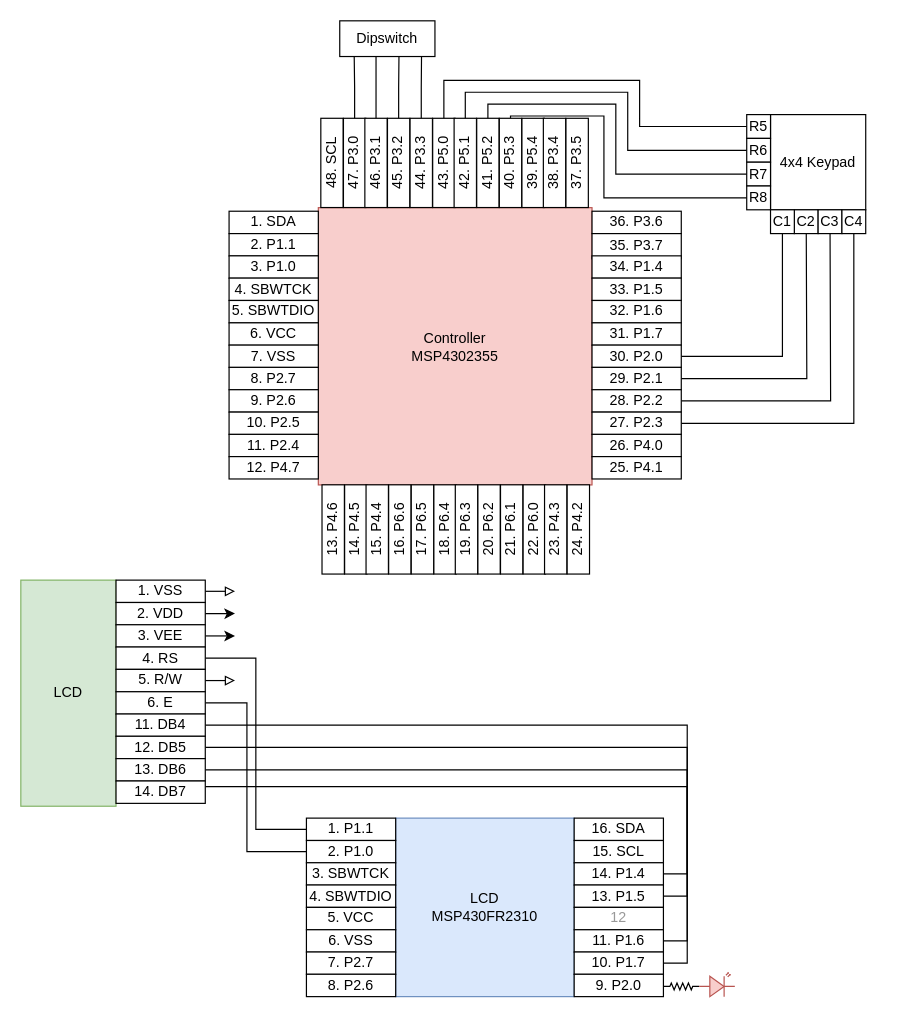
Before: page "circuit_diagram" (3 of 3) of docs/assets/final_project_concept.drawio in msu-eele-465/final-project-rlm2002, a draw.io diagram. Source tidied: cells renumbered, new cells numbered last; positions are measured from the earlier drawing's top-left corner, leaving out a move shared by most shapes. Both pictures are drawn from the tidied source at 119%, with x=0, y=0 at pixel (20, 20).
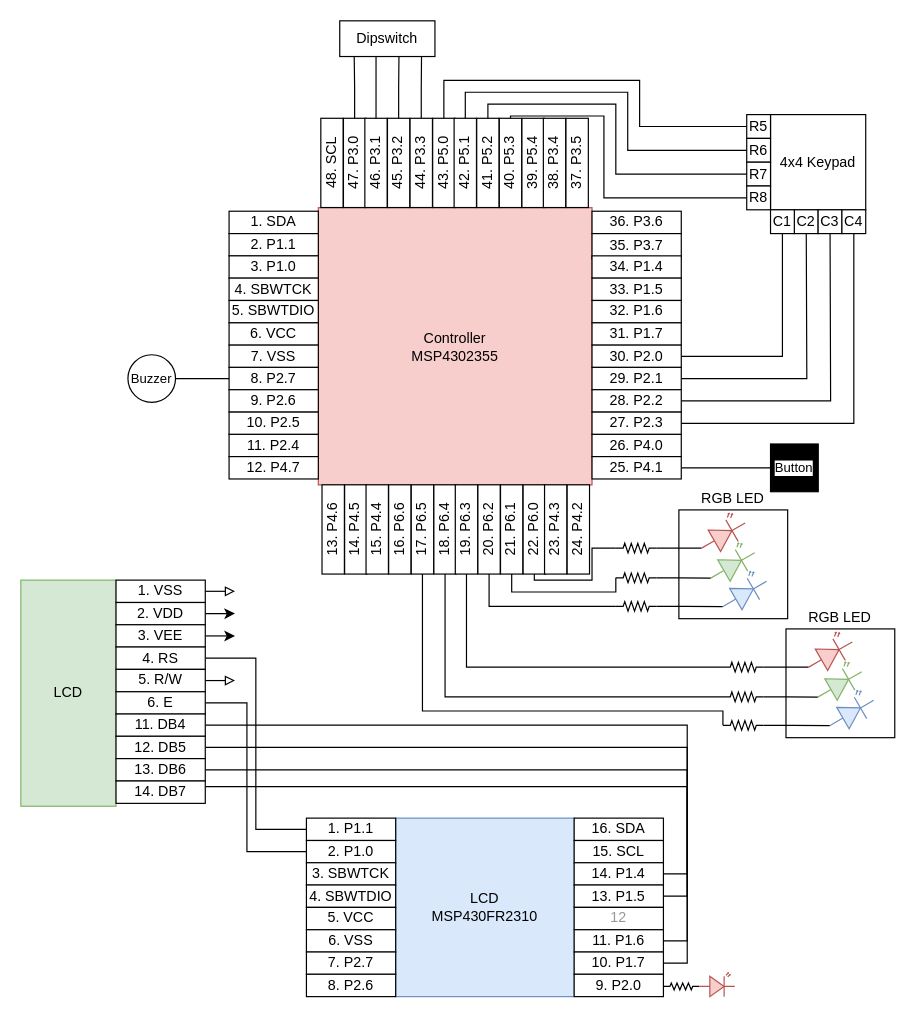
The same diagram, later.

Commit message (it also covers changes not shown here):
update circuit diagram

Unchanged cells that the change refers to:
```xml
<mxCell id="62" value="17. P6.5" style="rounded=0;whiteSpace=wrap;html=1;rotation=-90;" parent="57" vertex="1">
  <mxGeometry x="-28" y="103" width="75" height="18.8" as="geometry" />
</mxCell>
<mxCell id="63" value="18. P6.4" style="rounded=0;whiteSpace=wrap;html=1;rotation=-90;" parent="57" vertex="1">
  <mxGeometry x="-9" y="103" width="75" height="18.8" as="geometry" />
</mxCell>
<mxCell id="64" value="19. P6.3" style="rounded=0;whiteSpace=wrap;html=1;rotation=-90;" parent="57" vertex="1">
  <mxGeometry x="9" y="103" width="75" height="18.8" as="geometry" />
</mxCell>
<mxCell id="65" value="20. P6.2" style="rounded=0;whiteSpace=wrap;html=1;rotation=-90;" parent="57" vertex="1">
  <mxGeometry x="28" y="103" width="75" height="18.8" as="geometry" />
</mxCell>
<mxCell id="66" value="21. P6.1" style="rounded=0;whiteSpace=wrap;html=1;rotation=-90;" parent="57" vertex="1">
  <mxGeometry x="47" y="103" width="75" height="18.8" as="geometry" />
</mxCell>
<mxCell id="67" value="22. P6.0" style="rounded=0;whiteSpace=wrap;html=1;rotation=-90;" parent="57" vertex="1">
  <mxGeometry x="66" y="103" width="75" height="18.8" as="geometry" />
</mxCell>
<mxCell id="85" value="25. P4.1" style="rounded=0;whiteSpace=wrap;html=1;" parent="1" vertex="1">
  <mxGeometry x="480" y="366.2" width="75" height="18.8" as="geometry" />
</mxCell>
```

The edit, as a diff of the source:
```diff
@@
+    <mxCell id="118" style="edgeStyle=orthogonalEdgeStyle;shape=connector;rounded=0;jettySize=auto;html=1;exitX=1;exitY=0.5;exitDx=0;exitDy=0;entryX=0;entryY=0.5;entryDx=0;entryDy=0;strokeColor=default;align=center;verticalAlign=middle;fontFamily=Helvetica;fontSize=11;fontColor=default;labelBackgroundColor=default;startFill=0;endArrow=none;" parent="1" edge="1" source="85" target="119">
+      <mxGeometry relative="1" as="geometry" />
+    </mxCell>
@@
+    <mxCell id="119" value="&lt;font style=&quot;color: rgb(0, 0, 0);&quot;&gt;Button&lt;/font&gt;" style="whiteSpace=wrap;html=1;fontFamily=Helvetica;fontSize=11;fontColor=default;labelBackgroundColor=default;fillColor=#000000;" parent="1" vertex="1">
+      <mxGeometry x="630" y="355.6" width="40.1" height="40.1" as="geometry" />
+    </mxCell>
+    <mxCell id="120" style="edgeStyle=orthogonalEdgeStyle;shape=connector;rounded=0;jettySize=auto;html=1;strokeColor=default;align=center;verticalAlign=middle;fontFamily=Helvetica;fontSize=11;fontColor=default;labelBackgroundColor=default;startFill=0;endArrow=none;" parent="1" edge="1" source="121">
+      <mxGeometry relative="1" as="geometry">
+        <mxPoint x="175" y="300.6" as="targetPoint" />
+      </mxGeometry>
+    </mxCell>
+    <mxCell id="121" value="Buzzer" style="ellipse;whiteSpace=wrap;html=1;fontFamily=Helvetica;fontSize=11;fontColor=default;labelBackgroundColor=default;" parent="1" vertex="1">
+      <mxGeometry x="90" y="280.6" width="40" height="40" as="geometry" />
+    </mxCell>
+    <mxCell id="122" style="group;rotation=0;" parent="1" vertex="1">
+      <mxGeometry x="500" y="410" width="144" height="92" as="geometry" />
+    </mxCell>
+    <mxCell id="123" value="RGB LED" style="whiteSpace=wrap;html=1;labelPosition=center;verticalLabelPosition=top;align=center;verticalAlign=bottom;rotation=0;" parent="122" vertex="1">
+      <mxGeometry x="53" y="1" width="91.4" height="91.4" as="geometry" />
+    </mxCell>
+    <mxCell id="124" style="verticalLabelPosition=bottom;shadow=0;dashed=0;align=center;html=1;verticalAlign=top;shape=mxgraph.electrical.opto_electronics.led_2;rotation=-30;fillColor=#f8cecc;strokeColor=#b85450;" parent="122" vertex="1">
+      <mxGeometry x="68" y="9" width="42.7" height="24.3" as="geometry" />
+    </mxCell>
+    <mxCell id="125" style="verticalLabelPosition=bottom;shadow=0;dashed=0;align=center;html=1;verticalAlign=top;shape=mxgraph.electrical.opto_electronics.led_2;rotation=-30;fillColor=#d5e8d4;strokeColor=#82b366;" parent="122" vertex="1">
+      <mxGeometry x="76" y="34" width="42.7" height="24.3" as="geometry" />
+    </mxCell>
+    <mxCell id="126" style="verticalLabelPosition=bottom;shadow=0;dashed=0;align=center;html=1;verticalAlign=top;shape=mxgraph.electrical.opto_electronics.led_2;rotation=-30;fillColor=#dae8fc;strokeColor=#6c8ebf;" parent="122" vertex="1">
+      <mxGeometry x="86" y="58" width="42.7" height="24.3" as="geometry" />
+    </mxCell>
+    <mxCell id="127" style="verticalLabelPosition=bottom;shadow=0;dashed=0;align=center;html=1;verticalAlign=top;shape=mxgraph.electrical.resistors.resistor_2;rotation=0;" parent="122" vertex="1">
+      <mxGeometry y="29" width="34.2" height="8.1" as="geometry" />
+    </mxCell>
+    <mxCell id="128" style="verticalLabelPosition=bottom;shadow=0;dashed=0;align=center;html=1;verticalAlign=top;shape=mxgraph.electrical.resistors.resistor_2;rotation=0;" parent="122" vertex="1">
+      <mxGeometry y="54" width="34.2" height="8.1" as="geometry" />
+    </mxCell>
+    <mxCell id="129" style="edgeStyle=orthogonalEdgeStyle;rounded=0;jettySize=auto;html=1;entryX=0;entryY=0.57;entryDx=0;entryDy=0;entryPerimeter=0;endArrow=none;startFill=0;" parent="122" edge="1" source="130" target="126">
+      <mxGeometry relative="1" as="geometry" />
+    </mxCell>
+    <mxCell id="130" style="verticalLabelPosition=bottom;shadow=0;dashed=0;align=center;html=1;verticalAlign=top;shape=mxgraph.electrical.resistors.resistor_2;rotation=0;" parent="122" vertex="1">
+      <mxGeometry y="78" width="34.2" height="8.1" as="geometry" />
+    </mxCell>
+    <mxCell id="131" style="edgeStyle=orthogonalEdgeStyle;rounded=0;jettySize=auto;html=1;exitX=1;exitY=0.5;exitDx=0;exitDy=0;exitPerimeter=0;entryX=0;entryY=0.57;entryDx=0;entryDy=0;entryPerimeter=0;endArrow=none;startFill=0;" parent="122" edge="1" source="128" target="125">
+      <mxGeometry relative="1" as="geometry" />
+    </mxCell>
+    <mxCell id="132" style="edgeStyle=orthogonalEdgeStyle;rounded=0;jettySize=auto;html=1;exitX=1;exitY=0.5;exitDx=0;exitDy=0;exitPerimeter=0;entryX=0;entryY=0.57;entryDx=0;entryDy=0;entryPerimeter=0;endArrow=none;startFill=0;" parent="122" edge="1" source="127" target="124">
+      <mxGeometry relative="1" as="geometry" />
+    </mxCell>
+    <mxCell id="133" style="edgeStyle=orthogonalEdgeStyle;shape=connector;rounded=0;jettySize=auto;html=1;exitX=0;exitY=0.5;exitDx=0;exitDy=0;exitPerimeter=0;entryX=0;entryY=0.5;entryDx=0;entryDy=0;strokeColor=default;align=center;verticalAlign=middle;fontFamily=Helvetica;fontSize=11;fontColor=default;labelBackgroundColor=default;startFill=0;endArrow=none;" parent="1" edge="1" source="127" target="67">
+      <mxGeometry relative="1" as="geometry">
+        <Array as="points">
+          <mxPoint x="480" y="443" />
+          <mxPoint x="480" y="470" />
+          <mxPoint x="432" y="470" />
+        </Array>
+      </mxGeometry>
+    </mxCell>
+    <mxCell id="134" style="edgeStyle=orthogonalEdgeStyle;shape=connector;rounded=0;jettySize=auto;html=1;exitX=0;exitY=0.5;exitDx=0;exitDy=0;exitPerimeter=0;entryX=0;entryY=0.5;entryDx=0;entryDy=0;strokeColor=default;align=center;verticalAlign=middle;fontFamily=Helvetica;fontSize=11;fontColor=default;labelBackgroundColor=default;startFill=0;endArrow=none;jumpStyle=arc;" parent="1" edge="1" source="128" target="66">
+      <mxGeometry relative="1" as="geometry">
+        <Array as="points">
+          <mxPoint x="500" y="480" />
+          <mxPoint x="412" y="480" />
+        </Array>
+      </mxGeometry>
+    </mxCell>
+    <mxCell id="135" style="edgeStyle=orthogonalEdgeStyle;shape=connector;rounded=0;jumpStyle=arc;jettySize=auto;html=1;exitX=0;exitY=0.5;exitDx=0;exitDy=0;exitPerimeter=0;entryX=0;entryY=0.5;entryDx=0;entryDy=0;strokeColor=default;align=center;verticalAlign=middle;fontFamily=Helvetica;fontSize=11;fontColor=default;labelBackgroundColor=default;startFill=0;endArrow=none;" parent="1" edge="1" source="130" target="65">
+      <mxGeometry relative="1" as="geometry" />
+    </mxCell>
+    <mxCell id="136" style="group;rotation=0;" parent="1" vertex="1">
+      <mxGeometry x="590" y="510" width="144" height="92" as="geometry" />
+    </mxCell>
+    <mxCell id="137" value="RGB LED" style="whiteSpace=wrap;html=1;labelPosition=center;verticalLabelPosition=top;align=center;verticalAlign=bottom;rotation=0;" parent="136" vertex="1">
+      <mxGeometry x="53" y="1" width="91.4" height="91.4" as="geometry" />
+    </mxCell>
+    <mxCell id="138" style="verticalLabelPosition=bottom;shadow=0;dashed=0;align=center;html=1;verticalAlign=top;shape=mxgraph.electrical.opto_electronics.led_2;rotation=-30;fillColor=#f8cecc;strokeColor=#b85450;" parent="136" vertex="1">
+      <mxGeometry x="68" y="9" width="42.7" height="24.3" as="geometry" />
+    </mxCell>
+    <mxCell id="139" style="verticalLabelPosition=bottom;shadow=0;dashed=0;align=center;html=1;verticalAlign=top;shape=mxgraph.electrical.opto_electronics.led_2;rotation=-30;fillColor=#d5e8d4;strokeColor=#82b366;" parent="136" vertex="1">
+      <mxGeometry x="76" y="34" width="42.7" height="24.3" as="geometry" />
+    </mxCell>
+    <mxCell id="140" style="verticalLabelPosition=bottom;shadow=0;dashed=0;align=center;html=1;verticalAlign=top;shape=mxgraph.electrical.opto_electronics.led_2;rotation=-30;fillColor=#dae8fc;strokeColor=#6c8ebf;" parent="136" vertex="1">
+      <mxGeometry x="86" y="58" width="42.7" height="24.3" as="geometry" />
+    </mxCell>
+    <mxCell id="141" style="verticalLabelPosition=bottom;shadow=0;dashed=0;align=center;html=1;verticalAlign=top;shape=mxgraph.electrical.resistors.resistor_2;rotation=0;" parent="136" vertex="1">
+      <mxGeometry y="29" width="34.2" height="8.1" as="geometry" />
+    </mxCell>
+    <mxCell id="142" style="verticalLabelPosition=bottom;shadow=0;dashed=0;align=center;html=1;verticalAlign=top;shape=mxgraph.electrical.resistors.resistor_2;rotation=0;" parent="136" vertex="1">
+      <mxGeometry y="54" width="34.2" height="8.1" as="geometry" />
+    </mxCell>
+    <mxCell id="143" style="edgeStyle=orthogonalEdgeStyle;rounded=0;jettySize=auto;html=1;entryX=0;entryY=0.57;entryDx=0;entryDy=0;entryPerimeter=0;endArrow=none;startFill=0;" parent="136" edge="1" source="144" target="140">
+      <mxGeometry relative="1" as="geometry" />
+    </mxCell>
+    <mxCell id="144" style="verticalLabelPosition=bottom;shadow=0;dashed=0;align=center;html=1;verticalAlign=top;shape=mxgraph.electrical.resistors.resistor_2;rotation=0;" parent="136" vertex="1">
+      <mxGeometry y="78" width="34.2" height="8.1" as="geometry" />
+    </mxCell>
+    <mxCell id="145" style="edgeStyle=orthogonalEdgeStyle;rounded=0;jettySize=auto;html=1;exitX=1;exitY=0.5;exitDx=0;exitDy=0;exitPerimeter=0;entryX=0;entryY=0.57;entryDx=0;entryDy=0;entryPerimeter=0;endArrow=none;startFill=0;" parent="136" edge="1" source="142" target="139">
+      <mxGeometry relative="1" as="geometry" />
+    </mxCell>
+    <mxCell id="146" style="edgeStyle=orthogonalEdgeStyle;rounded=0;jettySize=auto;html=1;exitX=1;exitY=0.5;exitDx=0;exitDy=0;exitPerimeter=0;entryX=0;entryY=0.57;entryDx=0;entryDy=0;entryPerimeter=0;endArrow=none;startFill=0;" parent="136" edge="1" source="141" target="138">
+      <mxGeometry relative="1" as="geometry" />
+    </mxCell>
+    <mxCell id="147" style="edgeStyle=orthogonalEdgeStyle;shape=connector;rounded=0;jumpStyle=arc;jettySize=auto;html=1;exitX=0;exitY=0.5;exitDx=0;exitDy=0;exitPerimeter=0;entryX=0;entryY=0.5;entryDx=0;entryDy=0;strokeColor=default;align=center;verticalAlign=middle;fontFamily=Helvetica;fontSize=11;fontColor=default;labelBackgroundColor=default;startFill=0;endArrow=none;" parent="1" edge="1" source="141" target="64">
+      <mxGeometry relative="1" as="geometry" />
+    </mxCell>
+    <mxCell id="148" style="edgeStyle=orthogonalEdgeStyle;shape=connector;rounded=0;jumpStyle=arc;jettySize=auto;html=1;exitX=0;exitY=0.5;exitDx=0;exitDy=0;exitPerimeter=0;entryX=0;entryY=0.5;entryDx=0;entryDy=0;strokeColor=default;align=center;verticalAlign=middle;fontFamily=Helvetica;fontSize=11;fontColor=default;labelBackgroundColor=default;startFill=0;endArrow=none;" parent="1" edge="1" source="142" target="63">
+      <mxGeometry relative="1" as="geometry" />
+    </mxCell>
+    <mxCell id="149" style="edgeStyle=orthogonalEdgeStyle;shape=connector;rounded=0;jumpStyle=arc;jettySize=auto;html=1;exitX=0;exitY=0.5;exitDx=0;exitDy=0;exitPerimeter=0;entryX=0;entryY=0.5;entryDx=0;entryDy=0;strokeColor=default;align=center;verticalAlign=middle;fontFamily=Helvetica;fontSize=11;fontColor=default;labelBackgroundColor=default;startFill=0;endArrow=none;" parent="1" edge="1" source="144" target="62">
+      <mxGeometry relative="1" as="geometry">
+        <Array as="points">
+          <mxPoint x="590" y="580" />
+          <mxPoint x="337" y="580" />
+        </Array>
+      </mxGeometry>
+    </mxCell>
```
